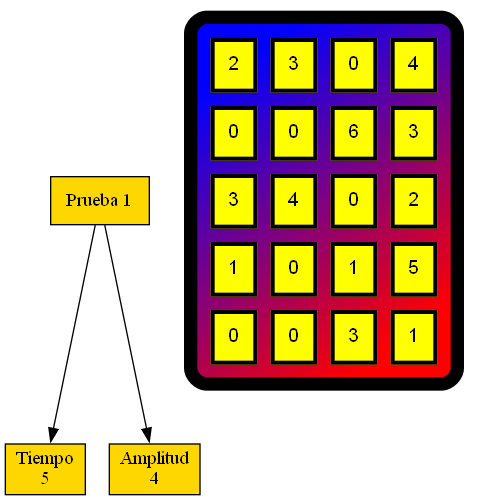
KINGR0X/IPC2_Proyecto1_202044192 keeps this Graphviz diagram as Matriz.png. Above is the earlier version. Its source is kept beside it as Matriz.dot.
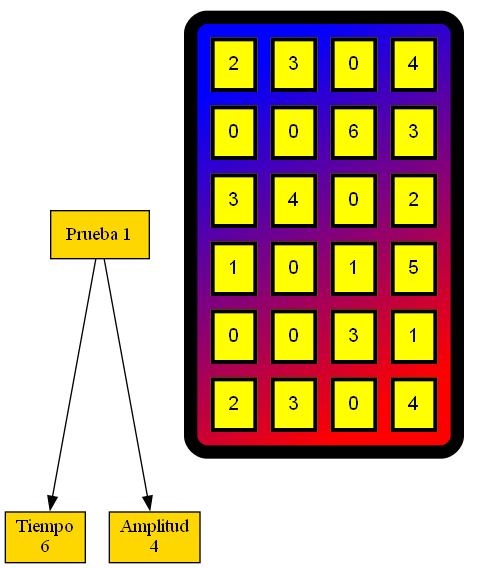
The same file after the commit.

Commit message:
grafica de la matriz reducida creada y funcional

The edit, as a diff of the source:
```diff
@@ -1,7 +1,7 @@
 digraph G {
 subgraph {
 nodo_00[label=" Prueba 1 ",fontcolor="#000000",fillcolor=gold, style=filled,shape=box];
-nodo_01_left[label="Tiempo\n5",fontcolor="#000000",fillcolor=gold, style=filled,shape=box];
+nodo_01_left[label="Tiempo\n6",fontcolor="#000000",fillcolor=gold, style=filled,shape=box];
 nodo_00 -> nodo_01_left;
 nodo_01_right[label="Amplitud\n4",fontcolor="#000000",fillcolor=gold, style=filled,shape=box];
 nodo_00 -> nodo_01_right;
@@ -36,6 +36,11 @@
 <TD border="3"  bgcolor="yellow" gradientangle="315">0</TD>
 <TD border="3"  bgcolor="yellow" gradientangle="315">3</TD>
 <TD border="3"  bgcolor="yellow" gradientangle="315">1</TD>
+</TR>
+<TR><TD border="3"  bgcolor="yellow" gradientangle="315">2</TD>
+<TD border="3"  bgcolor="yellow" gradientangle="315">3</TD>
+<TD border="3"  bgcolor="yellow" gradientangle="315">0</TD>
+<TD border="3"  bgcolor="yellow" gradientangle="315">4</TD>
 
 </TR></TABLE>>];
 }
```
